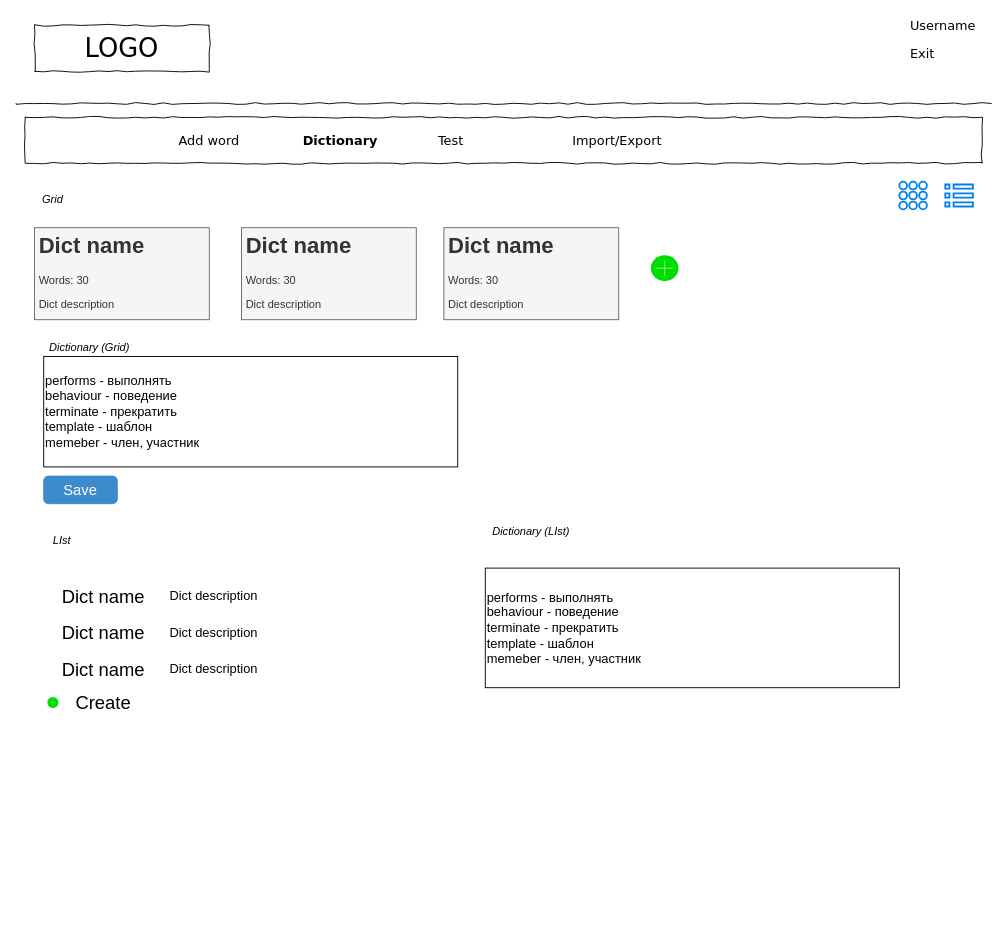
Before: page "dictionaries interface" (2 of 5) of schemes/scheme.drawio in vikk777/Smart-Dictionary, a draw.io diagram. Source tidied: cells renumbered, new cells numbered last; positions are measured from the earlier drawing's top-left corner, leaving out a move shared by most shapes. Both pictures are drawn from the tidied source at 92%, with x=0, y=0 at pixel (16, 16).
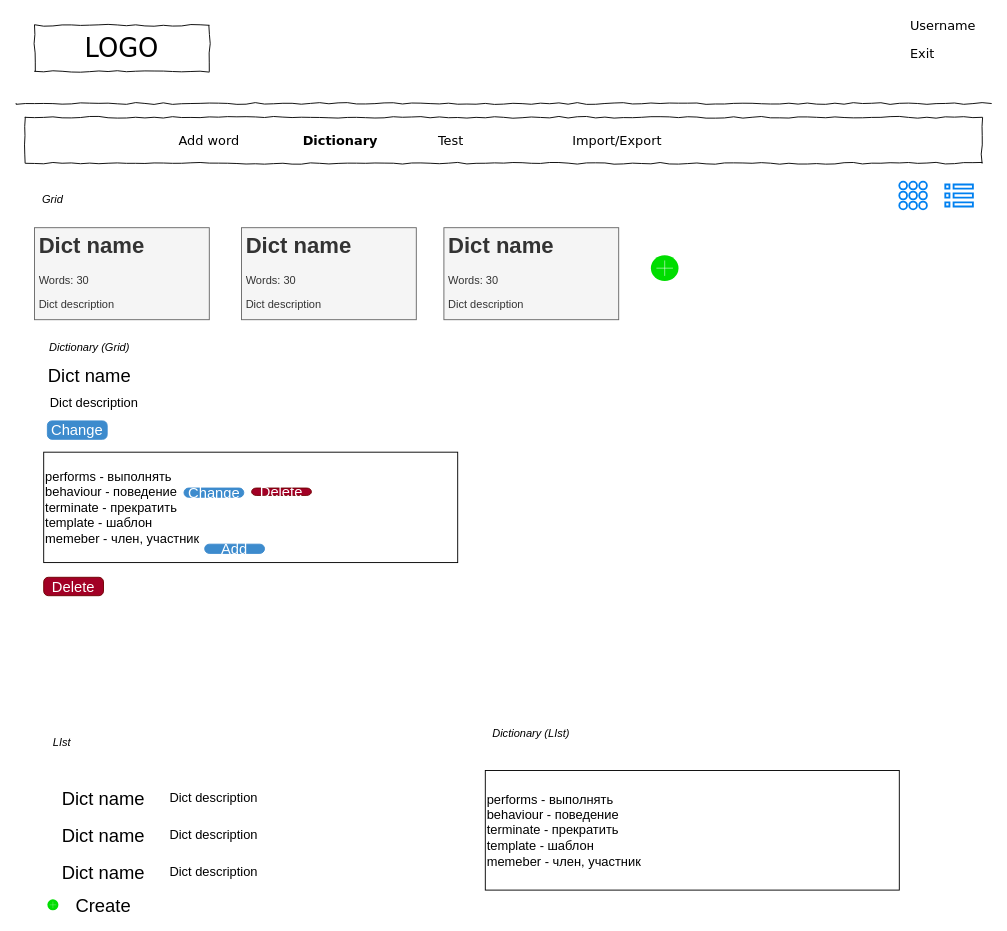
After the change.

The edit, as a diff of the source:
```diff
@@
     <mxCell id="15" value="LIst" style="text;html=1;strokeColor=none;fillColor=none;align=center;verticalAlign=middle;whiteSpace=wrap;rounded=0;fontStyle=2;" parent="1" vertex="1">
-      <mxGeometry x="30" y="560" width="40" height="20" as="geometry" />
+      <mxGeometry x="30" y="780" width="40" height="20" as="geometry" />
     </mxCell>
     <mxCell id="16" value="Dict name" style="text;html=1;strokeColor=none;fillColor=none;align=center;verticalAlign=middle;whiteSpace=wrap;rounded=0;fontSize=20;" parent="1" vertex="1">
-      <mxGeometry x="40" y="620" width="110" height="20" as="geometry" />
+      <mxGeometry x="40" y="840" width="110" height="20" as="geometry" />
     </mxCell>
     <mxCell id="17" value="Dict description" style="text;html=1;strokeColor=none;fillColor=none;align=center;verticalAlign=middle;whiteSpace=wrap;rounded=0;fontSize=14;" parent="1" vertex="1">
-      <mxGeometry x="160" y="620" width="110" height="20" as="geometry" />
+      <mxGeometry x="160" y="840" width="110" height="20" as="geometry" />
     </mxCell>
     <mxCell id="18" value="Dict name" style="text;html=1;strokeColor=none;fillColor=none;align=center;verticalAlign=middle;whiteSpace=wrap;rounded=0;fontSize=20;" parent="1" vertex="1">
-      <mxGeometry x="40" y="660" width="110" height="20" as="geometry" />
+      <mxGeometry x="40" y="880" width="110" height="20" as="geometry" />
     </mxCell>
     <mxCell id="19" value="Dict description" style="text;html=1;strokeColor=none;fillColor=none;align=center;verticalAlign=middle;whiteSpace=wrap;rounded=0;fontSize=14;" parent="1" vertex="1">
-      <mxGeometry x="160" y="660" width="110" height="20" as="geometry" />
+      <mxGeometry x="160" y="880" width="110" height="20" as="geometry" />
     </mxCell>
     <mxCell id="20" value="Dict name" style="text;html=1;strokeColor=none;fillColor=none;align=center;verticalAlign=middle;whiteSpace=wrap;rounded=0;fontSize=20;" parent="1" vertex="1">
-      <mxGeometry x="40" y="700" width="110" height="20" as="geometry" />
+      <mxGeometry x="40" y="920" width="110" height="20" as="geometry" />
     </mxCell>
     <mxCell id="21" value="Dict description" style="text;html=1;strokeColor=none;fillColor=none;align=center;verticalAlign=middle;whiteSpace=wrap;rounded=0;fontSize=14;" parent="1" vertex="1">
-      <mxGeometry x="160" y="700" width="110" height="20" as="geometry" />
+      <mxGeometry x="160" y="920" width="110" height="20" as="geometry" />
     </mxCell>
@@
     <mxCell id="23" value="&lt;div&gt;performs - выполнять&lt;/div&gt;&lt;div&gt;behaviour - поведение&lt;/div&gt;&lt;div&gt;terminate - прекратить&lt;/div&gt;&lt;div&gt;template - шаблон&lt;/div&gt;&lt;div style=&quot;&quot;&gt;memeber - член, участник&lt;/div&gt;" style="text;html=1;align=left;verticalAlign=middle;whiteSpace=wrap;rounded=0;fontSize=14;strokeColor=#000000;" parent="1" vertex="1">
-      <mxGeometry x="30" y="370" width="450" height="120" as="geometry" />
+      <mxGeometry x="30" y="474" width="450" height="120" as="geometry" />
     </mxCell>
     <mxCell id="24" value="Dictionary (LIst)" style="text;html=1;strokeColor=none;fillColor=none;align=center;verticalAlign=middle;whiteSpace=wrap;rounded=0;fontStyle=2;" parent="1" vertex="1">
-      <mxGeometry x="500" y="550" width="120" height="20" as="geometry" />
+      <mxGeometry x="500" y="770" width="120" height="20" as="geometry" />
     </mxCell>
     <mxCell id="25" value="&lt;div&gt;performs - выполнять&lt;/div&gt;&lt;div&gt;behaviour - поведение&lt;/div&gt;&lt;div&gt;terminate - прекратить&lt;/div&gt;&lt;div&gt;template - шаблон&lt;/div&gt;&lt;div style=&quot;&quot;&gt;memeber - член, участник&lt;/div&gt;" style="text;html=1;strokeColor=#000000;fillColor=none;align=left;verticalAlign=middle;whiteSpace=wrap;rounded=0;fontSize=14;" parent="1" vertex="1">
-      <mxGeometry x="510" y="600" width="450" height="130" as="geometry" />
+      <mxGeometry x="510" y="820" width="450" height="130" as="geometry" />
     </mxCell>
@@
     <mxCell id="27" style="html=1;verticalLabelPosition=bottom;labelBackgroundColor=#ffffff;verticalAlign=top;shadow=0;dashed=0;strokeWidth=2;shape=mxgraph.ios7.misc.add;fillColor=#00dd00;strokeColor=#ffffff;fontSize=14;align=left;" parent="1" vertex="1">
-      <mxGeometry x="34" y="740" width="12" height="12" as="geometry" />
+      <mxGeometry x="34" y="960" width="12" height="12" as="geometry" />
     </mxCell>
     <mxCell id="28" value="Create" style="text;html=1;strokeColor=none;fillColor=none;align=center;verticalAlign=middle;whiteSpace=wrap;rounded=0;fontSize=20;" parent="1" vertex="1">
-      <mxGeometry x="40" y="736" width="110" height="20" as="geometry" />
+      <mxGeometry x="40" y="956" width="110" height="20" as="geometry" />
     </mxCell>
-    <mxCell id="29" value="Save" style="html=1;shadow=0;dashed=0;shape=mxgraph.bootstrap.rrect;rSize=5;fillColor=#3D8BCD;align=center;strokeColor=#3D8BCD;fontColor=#ffffff;fontSize=16;whiteSpace=wrap;" parent="1" vertex="1">
-      <mxGeometry x="30" y="500" width="80" height="30" as="geometry" />
+    <mxCell id="29" value="Change" style="html=1;shadow=0;dashed=0;shape=mxgraph.bootstrap.rrect;rSize=5;fillColor=#3D8BCD;align=center;strokeColor=#3D8BCD;fontColor=#ffffff;fontSize=16;whiteSpace=wrap;" parent="1" vertex="1">
+      <mxGeometry x="34" y="440" width="65" height="20" as="geometry" />
     </mxCell>
@@
+    <mxCell id="32" value="Dict name" style="text;html=1;strokeColor=none;fillColor=none;align=center;verticalAlign=middle;whiteSpace=wrap;rounded=0;fontSize=20;" parent="1" vertex="1">
+      <mxGeometry x="25" y="380" width="110" height="20" as="geometry" />
+    </mxCell>
+    <mxCell id="33" value="Dict description" style="text;html=1;strokeColor=none;fillColor=none;align=center;verticalAlign=middle;whiteSpace=wrap;rounded=0;fontSize=14;" parent="1" vertex="1">
+      <mxGeometry x="30" y="410" width="110" height="20" as="geometry" />
+    </mxCell>
+    <mxCell id="34" value="Change" style="html=1;shadow=0;dashed=0;shape=mxgraph.bootstrap.rrect;rSize=5;fillColor=#3D8BCD;align=center;strokeColor=#3D8BCD;fontColor=#ffffff;fontSize=16;whiteSpace=wrap;" parent="1" vertex="1">
+      <mxGeometry x="182.5" y="513" width="65" height="10" as="geometry" />
+    </mxCell>
+    <mxCell id="35" value="Add" style="html=1;shadow=0;dashed=0;shape=mxgraph.bootstrap.rrect;rSize=5;fillColor=#3D8BCD;align=center;strokeColor=#3D8BCD;fontColor=#ffffff;fontSize=16;whiteSpace=wrap;" parent="1" vertex="1">
+      <mxGeometry x="205" y="574" width="65" height="10" as="geometry" />
+    </mxCell>
+    <mxCell id="36" value="Delete" style="html=1;shadow=0;dashed=0;shape=mxgraph.bootstrap.rrect;rSize=5;fillColor=#a20025;align=center;strokeColor=#6F0000;fontSize=16;whiteSpace=wrap;fontColor=#ffffff;" parent="1" vertex="1">
+      <mxGeometry x="30" y="610" width="65" height="20" as="geometry" />
+    </mxCell>
+    <mxCell id="37" value="Delete" style="html=1;shadow=0;dashed=0;shape=mxgraph.bootstrap.rrect;rSize=5;fillColor=#a20025;align=center;strokeColor=#6F0000;fontSize=16;whiteSpace=wrap;fontColor=#ffffff;" parent="1" vertex="1">
+      <mxGeometry x="256" y="513" width="65" height="8" as="geometry" />
+    </mxCell>
```
